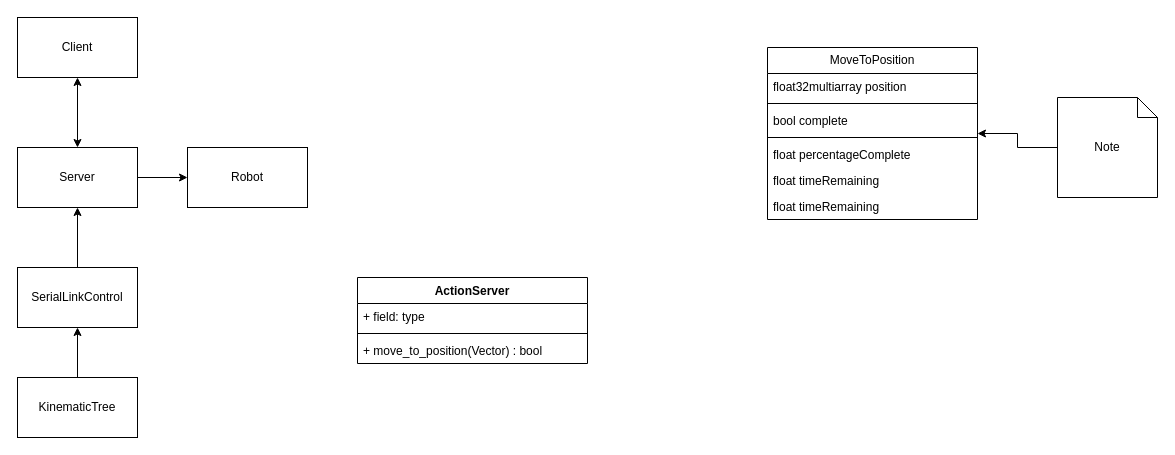
Before: page "ActionServer" (2 of 2) of Control/doc/ControlClassDiagrams.drawio in Woolfrey/software_robot_library, a draw.io diagram. Source tidied: cells renumbered, new cells numbered last; positions are measured from the earlier drawing's top-left corner, leaving out a move shared by most shapes. Both pictures are drawn from the tidied source at 100%, with x=0, y=0 at pixel (17, 17).
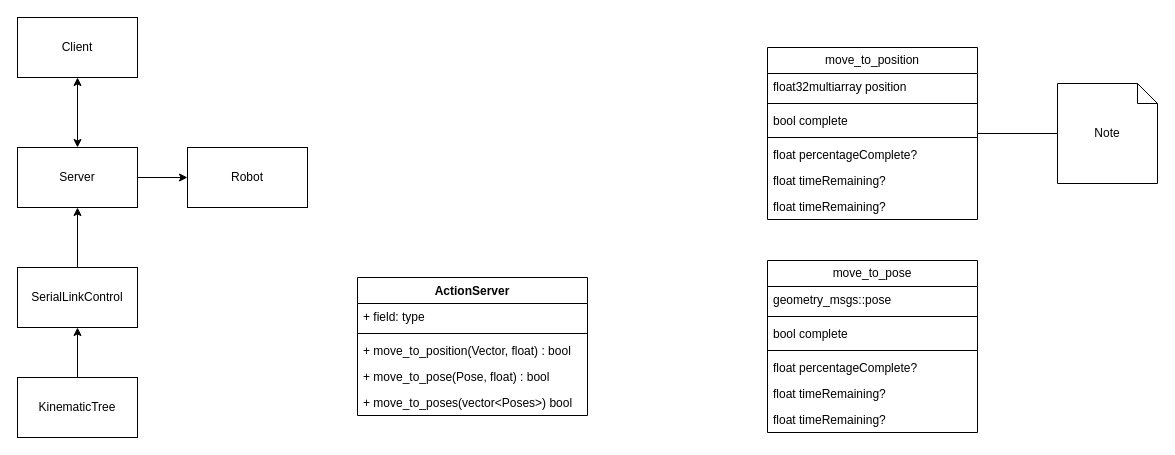
The same diagram, later.

Diff of the diagram source:
```diff
@@
     <mxCell id="11" value="ActionServer" style="swimlane;fontStyle=1;align=center;verticalAlign=top;horizontal=1;startSize=26;whiteSpace=wrap;html=1;" parent="1" vertex="1">
-      <mxGeometry x="340" y="260" width="230" height="86" as="geometry" />
+      <mxGeometry x="340" y="260" width="230" height="138" as="geometry" />
     </mxCell>
@@
-    <mxCell id="14" value="+ move_to_position(Vector) : bool" style="text;strokeColor=none;fillColor=none;align=left;verticalAlign=top;spacingLeft=4;spacingRight=4;overflow=hidden;whiteSpace=wrap;html=1;" parent="11" vertex="1">
+    <mxCell id="14" value="+ move_to_position(Vector, float) : bool" style="text;strokeColor=none;fillColor=none;align=left;verticalAlign=top;spacingLeft=4;spacingRight=4;overflow=hidden;whiteSpace=wrap;html=1;" parent="11" vertex="1">
       <mxGeometry y="60" width="230" height="26" as="geometry" />
     </mxCell>
+    <mxCell id="25" value="+ move_to_pose(Pose, float) : bool" style="text;strokeColor=none;fillColor=none;align=left;verticalAlign=top;spacingLeft=4;spacingRight=4;overflow=hidden;whiteSpace=wrap;html=1;" parent="11" vertex="1">
+      <mxGeometry y="86" width="230" height="26" as="geometry" />
+    </mxCell>
+    <mxCell id="26" value="+ move_to_poses(vector&amp;lt;Poses&amp;gt;) bool" style="text;strokeColor=none;fillColor=none;align=left;verticalAlign=top;spacingLeft=4;spacingRight=4;overflow=hidden;whiteSpace=wrap;html=1;" parent="11" vertex="1">
+      <mxGeometry y="112" width="230" height="26" as="geometry" />
+    </mxCell>
-    <mxCell id="15" value="MoveToPosition" style="swimlane;fontStyle=0;horizontal=1;startSize=26;fillColor=none;whiteSpace=wrap;html=1;" parent="1" vertex="1">
+    <mxCell id="15" value="move_to_position" style="swimlane;fontStyle=0;horizontal=1;startSize=26;fillColor=none;whiteSpace=wrap;html=1;" parent="1" vertex="1">
       <mxGeometry x="750" y="30" width="210" height="172" as="geometry" />
     </mxCell>
@@
-    <mxCell id="20" value="float percentageComplete" style="text;strokeColor=none;fillColor=none;align=left;verticalAlign=top;spacingLeft=4;spacingRight=4;overflow=hidden;whiteSpace=wrap;html=1;" parent="15" vertex="1">
+    <mxCell id="20" value="float percentageComplete?" style="text;strokeColor=none;fillColor=none;align=left;verticalAlign=top;spacingLeft=4;spacingRight=4;overflow=hidden;whiteSpace=wrap;html=1;" parent="15" vertex="1">
       <mxGeometry y="94" width="210" height="26" as="geometry" />
     </mxCell>
-    <mxCell id="21" value="float timeRemaining" style="text;strokeColor=none;fillColor=none;align=left;verticalAlign=top;spacingLeft=4;spacingRight=4;overflow=hidden;whiteSpace=wrap;html=1;" parent="15" vertex="1">
+    <mxCell id="21" value="float timeRemaining?" style="text;strokeColor=none;fillColor=none;align=left;verticalAlign=top;spacingLeft=4;spacingRight=4;overflow=hidden;whiteSpace=wrap;html=1;" parent="15" vertex="1">
       <mxGeometry y="120" width="210" height="26" as="geometry" />
     </mxCell>
-    <mxCell id="22" value="float timeRemaining" style="text;strokeColor=none;fillColor=none;align=left;verticalAlign=top;spacingLeft=4;spacingRight=4;overflow=hidden;whiteSpace=wrap;html=1;" parent="15" vertex="1">
+    <mxCell id="22" value="float timeRemaining?" style="text;strokeColor=none;fillColor=none;align=left;verticalAlign=top;spacingLeft=4;spacingRight=4;overflow=hidden;whiteSpace=wrap;html=1;" parent="15" vertex="1">
       <mxGeometry y="146" width="210" height="26" as="geometry" />
     </mxCell>
-    <mxCell id="23" style="edgeStyle=orthogonalEdgeStyle;rounded=0;jettySize=auto;html=1;" parent="1" edge="1" source="24" target="15">
+    <mxCell id="23" style="edgeStyle=orthogonalEdgeStyle;rounded=0;jettySize=auto;html=1;endArrow=none;endFill=0;" parent="1" edge="1" source="24" target="15">
       <mxGeometry relative="1" as="geometry" />
     </mxCell>
     <mxCell id="24" value="Note" style="shape=note;size=20;whiteSpace=wrap;html=1;" parent="1" vertex="1">
-      <mxGeometry x="1040" y="80" width="100" height="100" as="geometry" />
+      <mxGeometry x="1040" y="66" width="100" height="100" as="geometry" />
     </mxCell>
+    <mxCell id="27" value="move_to_pose" style="swimlane;fontStyle=0;horizontal=1;startSize=26;fillColor=none;whiteSpace=wrap;html=1;" parent="1" vertex="1">
+      <mxGeometry x="750" y="243" width="210" height="172" as="geometry" />
+    </mxCell>
+    <mxCell id="28" value="geometry_msgs::pose" style="text;strokeColor=none;fillColor=none;align=left;verticalAlign=top;spacingLeft=4;spacingRight=4;overflow=hidden;whiteSpace=wrap;html=1;" parent="27" vertex="1">
+      <mxGeometry y="26" width="210" height="26" as="geometry" />
+    </mxCell>
+    <mxCell id="29" style="line;strokeWidth=1;fillColor=none;align=left;verticalAlign=middle;spacingTop=-1;spacingLeft=3;spacingRight=3;labelPosition=right;strokeColor=inherit;" parent="27" vertex="1">
+      <mxGeometry y="52" width="210" height="8" as="geometry" />
+    </mxCell>
+    <mxCell id="30" value="bool complete" style="text;strokeColor=none;fillColor=none;align=left;verticalAlign=top;spacingLeft=4;spacingRight=4;overflow=hidden;whiteSpace=wrap;html=1;" parent="27" vertex="1">
+      <mxGeometry y="60" width="210" height="26" as="geometry" />
+    </mxCell>
+    <mxCell id="31" style="line;strokeWidth=1;fillColor=none;align=left;verticalAlign=middle;spacingTop=-1;spacingLeft=3;spacingRight=3;labelPosition=right;strokeColor=inherit;" parent="27" vertex="1">
+      <mxGeometry y="86" width="210" height="8" as="geometry" />
+    </mxCell>
+    <mxCell id="32" value="float percentageComplete?" style="text;strokeColor=none;fillColor=none;align=left;verticalAlign=top;spacingLeft=4;spacingRight=4;overflow=hidden;whiteSpace=wrap;html=1;" parent="27" vertex="1">
+      <mxGeometry y="94" width="210" height="26" as="geometry" />
+    </mxCell>
+    <mxCell id="33" value="float timeRemaining?" style="text;strokeColor=none;fillColor=none;align=left;verticalAlign=top;spacingLeft=4;spacingRight=4;overflow=hidden;whiteSpace=wrap;html=1;" parent="27" vertex="1">
+      <mxGeometry y="120" width="210" height="26" as="geometry" />
+    </mxCell>
+    <mxCell id="34" value="float timeRemaining?" style="text;strokeColor=none;fillColor=none;align=left;verticalAlign=top;spacingLeft=4;spacingRight=4;overflow=hidden;whiteSpace=wrap;html=1;" parent="27" vertex="1">
+      <mxGeometry y="146" width="210" height="26" as="geometry" />
+    </mxCell>
```
